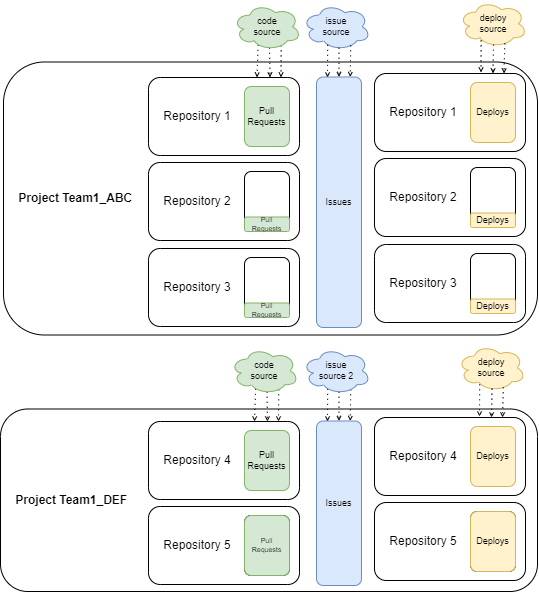
This is docs/_temp/projects_scaled.png from apache/incubator-devlake-website, a draw.io export, as it was before one commit. Source tidied: cells renumbered, new cells last; positions are measured from the earlier drawing's top-left corner, leaving out a move shared by most shapes. The source it was exported from:
```xml
<mxGraphModel>
  <root>
    <mxCell id="0" />
    <mxCell id="1" parent="0" />
    <mxCell id="2" value="&lt;b&gt;&amp;nbsp; &amp;nbsp; Project Team1_ABC&lt;/b&gt;" style="rounded=1;whiteSpace=wrap;html=1;align=left;" parent="1" vertex="1">
      <mxGeometry x="3" y="61.5" width="534" height="273" as="geometry" />
    </mxCell>
    <mxCell id="3" value="&amp;nbsp; &amp;nbsp; Repository 1" style="rounded=1;whiteSpace=wrap;html=1;align=left;" parent="1" vertex="1">
      <mxGeometry x="148" y="77" width="151" height="78" as="geometry" />
    </mxCell>
    <mxCell id="4" value="Pull&lt;br style=&quot;font-size: 9px;&quot;&gt;Requests" style="rounded=1;whiteSpace=wrap;html=1;fontSize=9;fillColor=#d5e8d4;strokeColor=#82b366;" parent="1" vertex="1">
      <mxGeometry x="244" y="86" width="45" height="60" as="geometry" />
    </mxCell>
    <mxCell id="5" value="&amp;nbsp; &amp;nbsp; Repository 2" style="rounded=1;whiteSpace=wrap;html=1;align=left;" parent="1" vertex="1">
      <mxGeometry x="148" y="162" width="151" height="78" as="geometry" />
    </mxCell>
    <mxCell id="6" value="&amp;nbsp; &amp;nbsp; Repository 3" style="rounded=1;whiteSpace=wrap;html=1;align=left;" parent="1" vertex="1">
      <mxGeometry x="148" y="248" width="151" height="78" as="geometry" />
    </mxCell>
    <mxCell id="7" style="rounded=1;whiteSpace=wrap;html=1;fontSize=9;" parent="1" vertex="1">
      <mxGeometry x="244" y="171" width="45" height="60" as="geometry" />
    </mxCell>
    <mxCell id="8" value="Pull&lt;br style=&quot;font-size: 7px;&quot;&gt;Requests" style="rounded=1;whiteSpace=wrap;html=1;fontSize=7;fillColor=#d5e8d4;strokeColor=#82b366;" parent="1" vertex="1">
      <mxGeometry x="244" y="216.5" width="45" height="14.5" as="geometry" />
    </mxCell>
    <mxCell id="9" style="rounded=1;whiteSpace=wrap;html=1;fontSize=9;" parent="1" vertex="1">
      <mxGeometry x="244" y="257" width="45" height="60" as="geometry" />
    </mxCell>
    <mxCell id="10" value="Pull&lt;br style=&quot;font-size: 7px;&quot;&gt;Requests" style="rounded=1;whiteSpace=wrap;html=1;fontSize=7;fillColor=#d5e8d4;strokeColor=#82b366;" parent="1" vertex="1">
      <mxGeometry x="244" y="302.5" width="45" height="14.5" as="geometry" />
    </mxCell>
    <mxCell id="11" value="Issues" style="rounded=1;whiteSpace=wrap;html=1;fontSize=9;fillColor=#dae8fc;strokeColor=#6c8ebf;" parent="1" vertex="1">
      <mxGeometry x="316" y="76.5" width="45" height="250.5" as="geometry" />
    </mxCell>
    <mxCell id="12" value="issue &lt;br style=&quot;font-size: 9px;&quot;&gt;source" style="ellipse;shape=cloud;whiteSpace=wrap;html=1;fillColor=#dae8fc;strokeColor=#6c8ebf;fontSize=9;" parent="1" vertex="1">
      <mxGeometry x="302" y="3" width="68" height="46.5" as="geometry" />
    </mxCell>
    <mxCell id="13" style="rounded=0;jettySize=auto;html=1;exitX=0.537;exitY=0.952;exitDx=0;exitDy=0;exitPerimeter=0;dashed=1;dashPattern=1 4;endArrow=open;endFill=0;strokeWidth=1;endSize=3;entryX=0.5;entryY=0;entryDx=0;entryDy=0;" parent="1" edge="1" source="12" target="11">
      <mxGeometry relative="1" as="geometry" />
    </mxCell>
    <mxCell id="14" style="rounded=0;jettySize=auto;html=1;exitX=0.709;exitY=0.9;exitDx=0;exitDy=0;exitPerimeter=0;dashed=1;dashPattern=1 4;endArrow=open;endFill=0;strokeWidth=1;endSize=3;entryX=0.75;entryY=0;entryDx=0;entryDy=0;" parent="1" edge="1" source="12" target="11">
      <mxGeometry relative="1" as="geometry" />
    </mxCell>
    <mxCell id="15" style="rounded=0;jettySize=auto;html=1;exitX=0.37;exitY=0.889;exitDx=0;exitDy=0;exitPerimeter=0;dashed=1;dashPattern=1 4;endArrow=open;endFill=0;strokeWidth=1;endSize=3;" parent="1" edge="1" source="12">
      <mxGeometry relative="1" as="geometry">
        <mxPoint x="327" y="77" as="targetPoint" />
      </mxGeometry>
    </mxCell>
    <mxCell id="16" value="&amp;nbsp; &amp;nbsp; Repository 1" style="rounded=1;whiteSpace=wrap;html=1;align=left;" parent="1" vertex="1">
      <mxGeometry x="374" y="73" width="151" height="78" as="geometry" />
    </mxCell>
    <mxCell id="17" value="&amp;nbsp; &amp;nbsp; Repository 2" style="rounded=1;whiteSpace=wrap;html=1;align=left;" parent="1" vertex="1">
      <mxGeometry x="374" y="158" width="151" height="78" as="geometry" />
    </mxCell>
    <mxCell id="18" value="&amp;nbsp; &amp;nbsp; Repository 3" style="rounded=1;whiteSpace=wrap;html=1;align=left;" parent="1" vertex="1">
      <mxGeometry x="374" y="244" width="151" height="78" as="geometry" />
    </mxCell>
    <mxCell id="19" value="Deploys" style="rounded=1;whiteSpace=wrap;html=1;fontSize=9;fillColor=#fff2cc;strokeColor=#d6b656;" parent="1" vertex="1">
      <mxGeometry x="470" y="82" width="45" height="60" as="geometry" />
    </mxCell>
    <mxCell id="20" style="rounded=1;whiteSpace=wrap;html=1;fontSize=9;" parent="1" vertex="1">
      <mxGeometry x="470" y="167" width="45" height="60" as="geometry" />
    </mxCell>
    <mxCell id="21" value="Deploys" style="rounded=1;whiteSpace=wrap;html=1;fontSize=9;fillColor=#fff2cc;strokeColor=#d6b656;" parent="1" vertex="1">
      <mxGeometry x="470" y="212.5" width="45" height="14.5" as="geometry" />
    </mxCell>
    <mxCell id="22" style="rounded=1;whiteSpace=wrap;html=1;fontSize=9;" parent="1" vertex="1">
      <mxGeometry x="470" y="253" width="45" height="60" as="geometry" />
    </mxCell>
    <mxCell id="23" value="Deploys" style="rounded=1;whiteSpace=wrap;html=1;fontSize=9;fillColor=#fff2cc;strokeColor=#d6b656;" parent="1" vertex="1">
      <mxGeometry x="470" y="298.5" width="45" height="14.5" as="geometry" />
    </mxCell>
    <mxCell id="24" value="&lt;b style=&quot;border-color: var(--border-color);&quot;&gt;&amp;nbsp; &amp;nbsp; Project Team1_DEF&lt;/b&gt;" style="rounded=1;whiteSpace=wrap;html=1;align=left;" parent="1" vertex="1">
      <mxGeometry y="408.5" width="537" height="182.5" as="geometry" />
    </mxCell>
    <mxCell id="25" value="&amp;nbsp; &amp;nbsp; Repository 4" style="rounded=1;whiteSpace=wrap;html=1;align=left;" parent="1" vertex="1">
      <mxGeometry x="148" y="421" width="151" height="78" as="geometry" />
    </mxCell>
    <mxCell id="26" value="Pull&lt;br style=&quot;font-size: 9px;&quot;&gt;Requests" style="rounded=1;whiteSpace=wrap;html=1;fontSize=9;fillColor=#d5e8d4;strokeColor=#82b366;" parent="1" vertex="1">
      <mxGeometry x="244" y="430" width="45" height="60" as="geometry" />
    </mxCell>
    <mxCell id="27" value="&amp;nbsp; &amp;nbsp; Repository 5" style="rounded=1;whiteSpace=wrap;html=1;align=left;" parent="1" vertex="1">
      <mxGeometry x="148" y="506" width="151" height="78" as="geometry" />
    </mxCell>
    <mxCell id="28" style="rounded=1;whiteSpace=wrap;html=1;fontSize=9;" parent="1" vertex="1">
      <mxGeometry x="244" y="515" width="45" height="60" as="geometry" />
    </mxCell>
    <mxCell id="29" value="Pull&lt;br style=&quot;font-size: 7px;&quot;&gt;Requests" style="rounded=1;whiteSpace=wrap;html=1;fontSize=7;fillColor=#d5e8d4;strokeColor=#82b366;" parent="1" vertex="1">
      <mxGeometry x="244" y="515" width="45" height="60" as="geometry" />
    </mxCell>
    <mxCell id="30" value="Issues" style="rounded=1;whiteSpace=wrap;html=1;fontSize=9;fillColor=#dae8fc;strokeColor=#6c8ebf;" parent="1" vertex="1">
      <mxGeometry x="316" y="420.5" width="45" height="164.5" as="geometry" />
    </mxCell>
    <mxCell id="31" style="rounded=0;jettySize=auto;html=1;exitX=0.537;exitY=0.952;exitDx=0;exitDy=0;exitPerimeter=0;dashed=1;dashPattern=1 4;endArrow=open;endFill=0;strokeWidth=1;endSize=3;entryX=0.5;entryY=0;entryDx=0;entryDy=0;" parent="1" edge="1" source="39" target="30">
      <mxGeometry relative="1" as="geometry" />
    </mxCell>
    <mxCell id="32" style="rounded=0;jettySize=auto;html=1;exitX=0.709;exitY=0.9;exitDx=0;exitDy=0;exitPerimeter=0;dashed=1;dashPattern=1 4;endArrow=open;endFill=0;strokeWidth=1;endSize=3;entryX=0.75;entryY=0;entryDx=0;entryDy=0;" parent="1" edge="1" source="39" target="30">
      <mxGeometry relative="1" as="geometry" />
    </mxCell>
    <mxCell id="33" style="rounded=0;jettySize=auto;html=1;exitX=0.37;exitY=0.889;exitDx=0;exitDy=0;exitPerimeter=0;dashed=1;dashPattern=1 4;endArrow=open;endFill=0;strokeWidth=1;endSize=3;" parent="1" edge="1" source="39">
      <mxGeometry relative="1" as="geometry">
        <mxPoint x="327" y="421" as="targetPoint" />
      </mxGeometry>
    </mxCell>
    <mxCell id="34" value="&amp;nbsp; &amp;nbsp; Repository 4" style="rounded=1;whiteSpace=wrap;html=1;align=left;" parent="1" vertex="1">
      <mxGeometry x="374" y="417" width="151" height="78" as="geometry" />
    </mxCell>
    <mxCell id="35" value="&amp;nbsp; &amp;nbsp; Repository 5" style="rounded=1;whiteSpace=wrap;html=1;align=left;" parent="1" vertex="1">
      <mxGeometry x="374" y="502" width="151" height="78" as="geometry" />
    </mxCell>
    <mxCell id="36" value="Deploys" style="rounded=1;whiteSpace=wrap;html=1;fontSize=9;fillColor=#fff2cc;strokeColor=#d6b656;" parent="1" vertex="1">
      <mxGeometry x="470" y="426" width="45" height="60" as="geometry" />
    </mxCell>
    <mxCell id="37" style="rounded=1;whiteSpace=wrap;html=1;fontSize=9;" parent="1" vertex="1">
      <mxGeometry x="470" y="511" width="45" height="60" as="geometry" />
    </mxCell>
    <mxCell id="38" value="Deploys" style="rounded=1;whiteSpace=wrap;html=1;fontSize=9;fillColor=#fff2cc;strokeColor=#d6b656;" parent="1" vertex="1">
      <mxGeometry x="470" y="511" width="45" height="60" as="geometry" />
    </mxCell>
    <mxCell id="39" value="issue &lt;br style=&quot;font-size: 9px;&quot;&gt;source 2" style="ellipse;shape=cloud;whiteSpace=wrap;html=1;fillColor=#dae8fc;strokeColor=#6c8ebf;fontSize=9;" parent="1" vertex="1">
      <mxGeometry x="302" y="347" width="68" height="46.5" as="geometry" />
    </mxCell>
    <mxCell id="40" style="rounded=0;jettySize=auto;html=1;exitX=0.537;exitY=0.952;exitDx=0;exitDy=0;exitPerimeter=0;dashed=1;dashPattern=1 4;endArrow=open;endFill=0;strokeWidth=1;endSize=3;entryX=0.5;entryY=0;entryDx=0;entryDy=0;" parent="1" edge="1" source="43">
      <mxGeometry relative="1" as="geometry">
        <mxPoint x="269.5" y="77" as="targetPoint" />
      </mxGeometry>
    </mxCell>
    <mxCell id="41" style="rounded=0;jettySize=auto;html=1;exitX=0.709;exitY=0.9;exitDx=0;exitDy=0;exitPerimeter=0;dashed=1;dashPattern=1 4;endArrow=open;endFill=0;strokeWidth=1;endSize=3;entryX=0.75;entryY=0;entryDx=0;entryDy=0;" parent="1" edge="1" source="43">
      <mxGeometry relative="1" as="geometry">
        <mxPoint x="280.5" y="77" as="targetPoint" />
      </mxGeometry>
    </mxCell>
    <mxCell id="42" style="rounded=0;jettySize=auto;html=1;exitX=0.37;exitY=0.889;exitDx=0;exitDy=0;exitPerimeter=0;dashed=1;dashPattern=1 4;endArrow=open;endFill=0;strokeWidth=1;endSize=3;entryX=0.233;entryY=0.012;entryDx=0;entryDy=0;entryPerimeter=0;" parent="1" edge="1" source="43">
      <mxGeometry relative="1" as="geometry">
        <mxPoint x="256.5" y="77" as="targetPoint" />
      </mxGeometry>
    </mxCell>
    <mxCell id="43" value="code&lt;br&gt;source" style="ellipse;shape=cloud;whiteSpace=wrap;html=1;fillColor=#d5e8d4;strokeColor=#82b366;fontSize=9;" parent="1" vertex="1">
      <mxGeometry x="232.5" y="3" width="68" height="46.5" as="geometry" />
    </mxCell>
    <mxCell id="44" style="rounded=0;jettySize=auto;html=1;exitX=0.537;exitY=0.952;exitDx=0;exitDy=0;exitPerimeter=0;dashed=1;dashPattern=1 4;endArrow=open;endFill=0;strokeWidth=1;endSize=3;entryX=0.5;entryY=0;entryDx=0;entryDy=0;" parent="1" edge="1" source="47">
      <mxGeometry relative="1" as="geometry">
        <mxPoint x="267" y="421" as="targetPoint" />
      </mxGeometry>
    </mxCell>
    <mxCell id="45" style="rounded=0;jettySize=auto;html=1;exitX=0.709;exitY=0.9;exitDx=0;exitDy=0;exitPerimeter=0;dashed=1;dashPattern=1 4;endArrow=open;endFill=0;strokeWidth=1;endSize=3;entryX=0.75;entryY=0;entryDx=0;entryDy=0;" parent="1" edge="1" source="47">
      <mxGeometry relative="1" as="geometry">
        <mxPoint x="278" y="421" as="targetPoint" />
      </mxGeometry>
    </mxCell>
    <mxCell id="46" style="rounded=0;jettySize=auto;html=1;exitX=0.37;exitY=0.889;exitDx=0;exitDy=0;exitPerimeter=0;dashed=1;dashPattern=1 4;endArrow=open;endFill=0;strokeWidth=1;endSize=3;entryX=0.233;entryY=0.012;entryDx=0;entryDy=0;entryPerimeter=0;" parent="1" edge="1" source="47">
      <mxGeometry relative="1" as="geometry">
        <mxPoint x="254" y="421" as="targetPoint" />
      </mxGeometry>
    </mxCell>
    <mxCell id="47" value="code&lt;br&gt;source" style="ellipse;shape=cloud;whiteSpace=wrap;html=1;fillColor=#d5e8d4;strokeColor=#82b366;fontSize=9;" parent="1" vertex="1">
      <mxGeometry x="230" y="347" width="68" height="46.5" as="geometry" />
    </mxCell>
    <mxCell id="48" value="deploy&lt;br style=&quot;font-size: 9px;&quot;&gt;source" style="ellipse;shape=cloud;whiteSpace=wrap;html=1;fillColor=#fff2cc;strokeColor=#d6b656;fontSize=9;" parent="1" vertex="1">
      <mxGeometry x="458.5" width="68" height="46.5" as="geometry" />
    </mxCell>
    <mxCell id="49" style="rounded=0;jettySize=auto;html=1;exitX=0.508;exitY=0.949;exitDx=0;exitDy=0;exitPerimeter=0;dashed=1;dashPattern=1 4;endArrow=open;endFill=0;strokeWidth=1;endSize=3;entryX=0.5;entryY=0;entryDx=0;entryDy=0;" parent="1" edge="1" source="48">
      <mxGeometry relative="1" as="geometry">
        <mxPoint x="492.5" y="73" as="targetPoint" />
      </mxGeometry>
    </mxCell>
    <mxCell id="50" style="rounded=0;jettySize=auto;html=1;exitX=0.674;exitY=0.92;exitDx=0;exitDy=0;exitPerimeter=0;dashed=1;dashPattern=1 4;endArrow=open;endFill=0;strokeWidth=1;endSize=3;entryX=0.75;entryY=0;entryDx=0;entryDy=0;" parent="1" edge="1" source="48">
      <mxGeometry relative="1" as="geometry">
        <mxPoint x="503.5" y="73" as="targetPoint" />
      </mxGeometry>
    </mxCell>
    <mxCell id="51" style="rounded=0;jettySize=auto;html=1;exitX=0.326;exitY=0.857;exitDx=0;exitDy=0;exitPerimeter=0;dashed=1;dashPattern=1 4;endArrow=open;endFill=0;strokeWidth=1;endSize=3;entryX=0.226;entryY=-0.009;entryDx=0;entryDy=0;entryPerimeter=0;" parent="1" edge="1" source="48">
      <mxGeometry relative="1" as="geometry">
        <mxPoint x="480.5" y="72" as="targetPoint" />
      </mxGeometry>
    </mxCell>
    <mxCell id="52" value="deploy&lt;br style=&quot;font-size: 9px;&quot;&gt;source" style="ellipse;shape=cloud;whiteSpace=wrap;html=1;fillColor=#fff2cc;strokeColor=#d6b656;fontSize=9;" parent="1" vertex="1">
      <mxGeometry x="457" y="344" width="68" height="46.5" as="geometry" />
    </mxCell>
    <mxCell id="53" style="rounded=0;jettySize=auto;html=1;exitX=0.508;exitY=0.949;exitDx=0;exitDy=0;exitPerimeter=0;dashed=1;dashPattern=1 4;endArrow=open;endFill=0;strokeWidth=1;endSize=3;entryX=0.5;entryY=0;entryDx=0;entryDy=0;" parent="1" edge="1" source="52">
      <mxGeometry relative="1" as="geometry">
        <mxPoint x="491" y="417" as="targetPoint" />
      </mxGeometry>
    </mxCell>
    <mxCell id="54" style="rounded=0;jettySize=auto;html=1;exitX=0.674;exitY=0.92;exitDx=0;exitDy=0;exitPerimeter=0;dashed=1;dashPattern=1 4;endArrow=open;endFill=0;strokeWidth=1;endSize=3;entryX=0.75;entryY=0;entryDx=0;entryDy=0;" parent="1" edge="1" source="52">
      <mxGeometry relative="1" as="geometry">
        <mxPoint x="502" y="417" as="targetPoint" />
      </mxGeometry>
    </mxCell>
    <mxCell id="55" style="rounded=0;jettySize=auto;html=1;exitX=0.326;exitY=0.857;exitDx=0;exitDy=0;exitPerimeter=0;dashed=1;dashPattern=1 4;endArrow=open;endFill=0;strokeWidth=1;endSize=3;entryX=0.226;entryY=-0.009;entryDx=0;entryDy=0;entryPerimeter=0;" parent="1" edge="1" source="52">
      <mxGeometry relative="1" as="geometry">
        <mxPoint x="479" y="416" as="targetPoint" />
      </mxGeometry>
    </mxCell>
  </root>
</mxGraphModel>
```
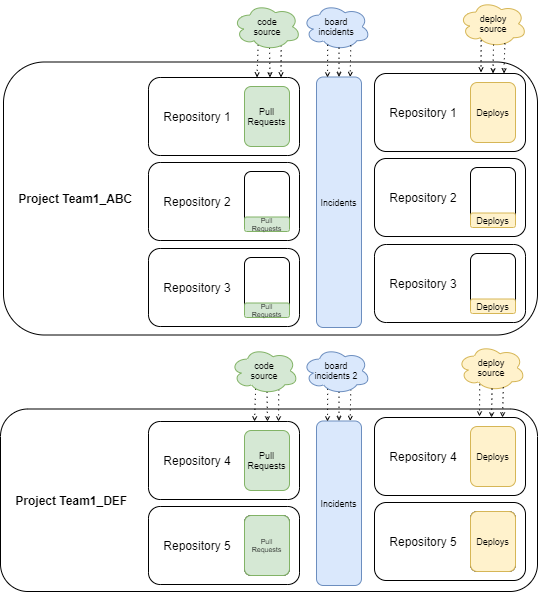
After the commit.

Commit message:
Co-authored-by: Startrekzky <kaiyun.zhang@merico.dev> docs: consistent naming for incidents

Change to the diagram source:
```diff
@@ -29,10 +29,10 @@
     <mxCell id="10" value="Pull&lt;br style=&quot;font-size: 7px;&quot;&gt;Requests" style="rounded=1;whiteSpace=wrap;html=1;fontSize=7;fillColor=#d5e8d4;strokeColor=#82b366;" parent="1" vertex="1">
       <mxGeometry x="244" y="302.5" width="45" height="14.5" as="geometry" />
     </mxCell>
-    <mxCell id="11" value="Issues" style="rounded=1;whiteSpace=wrap;html=1;fontSize=9;fillColor=#dae8fc;strokeColor=#6c8ebf;" parent="1" vertex="1">
+    <mxCell id="11" value="Incidents" style="rounded=1;whiteSpace=wrap;html=1;fontSize=9;fillColor=#dae8fc;strokeColor=#6c8ebf;" parent="1" vertex="1">
       <mxGeometry x="316" y="76.5" width="45" height="250.5" as="geometry" />
     </mxCell>
-    <mxCell id="12" value="issue &lt;br style=&quot;font-size: 9px;&quot;&gt;source" style="ellipse;shape=cloud;whiteSpace=wrap;html=1;fillColor=#dae8fc;strokeColor=#6c8ebf;fontSize=9;" parent="1" vertex="1">
+    <mxCell id="12" value="board&lt;br&gt;incidents" style="ellipse;shape=cloud;whiteSpace=wrap;html=1;fillColor=#dae8fc;strokeColor=#6c8ebf;fontSize=9;" parent="1" vertex="1">
       <mxGeometry x="302" y="3" width="68" height="46.5" as="geometry" />
     </mxCell>
     <mxCell id="13" style="rounded=0;jettySize=auto;html=1;exitX=0.537;exitY=0.952;exitDx=0;exitDy=0;exitPerimeter=0;dashed=1;dashPattern=1 4;endArrow=open;endFill=0;strokeWidth=1;endSize=3;entryX=0.5;entryY=0;entryDx=0;entryDy=0;" parent="1" edge="1" source="12" target="11">
@@ -88,7 +88,7 @@
     <mxCell id="29" value="Pull&lt;br style=&quot;font-size: 7px;&quot;&gt;Requests" style="rounded=1;whiteSpace=wrap;html=1;fontSize=7;fillColor=#d5e8d4;strokeColor=#82b366;" parent="1" vertex="1">
       <mxGeometry x="244" y="515" width="45" height="60" as="geometry" />
     </mxCell>
-    <mxCell id="30" value="Issues" style="rounded=1;whiteSpace=wrap;html=1;fontSize=9;fillColor=#dae8fc;strokeColor=#6c8ebf;" parent="1" vertex="1">
+    <mxCell id="30" value="Incidents" style="rounded=1;whiteSpace=wrap;html=1;fontSize=9;fillColor=#dae8fc;strokeColor=#6c8ebf;" parent="1" vertex="1">
       <mxGeometry x="316" y="420.5" width="45" height="164.5" as="geometry" />
     </mxCell>
     <mxCell id="31" style="rounded=0;jettySize=auto;html=1;exitX=0.537;exitY=0.952;exitDx=0;exitDy=0;exitPerimeter=0;dashed=1;dashPattern=1 4;endArrow=open;endFill=0;strokeWidth=1;endSize=3;entryX=0.5;entryY=0;entryDx=0;entryDy=0;" parent="1" edge="1" source="39" target="30">
@@ -117,7 +117,7 @@
     <mxCell id="38" value="Deploys" style="rounded=1;whiteSpace=wrap;html=1;fontSize=9;fillColor=#fff2cc;strokeColor=#d6b656;" parent="1" vertex="1">
       <mxGeometry x="470" y="511" width="45" height="60" as="geometry" />
     </mxCell>
-    <mxCell id="39" value="issue &lt;br style=&quot;font-size: 9px;&quot;&gt;source 2" style="ellipse;shape=cloud;whiteSpace=wrap;html=1;fillColor=#dae8fc;strokeColor=#6c8ebf;fontSize=9;" parent="1" vertex="1">
+    <mxCell id="39" value="board&lt;br&gt;incidents 2" style="ellipse;shape=cloud;whiteSpace=wrap;html=1;fillColor=#dae8fc;strokeColor=#6c8ebf;fontSize=9;" parent="1" vertex="1">
       <mxGeometry x="302" y="347" width="68" height="46.5" as="geometry" />
     </mxCell>
     <mxCell id="40" style="rounded=0;jettySize=auto;html=1;exitX=0.537;exitY=0.952;exitDx=0;exitDy=0;exitPerimeter=0;dashed=1;dashPattern=1 4;endArrow=open;endFill=0;strokeWidth=1;endSize=3;entryX=0.5;entryY=0;entryDx=0;entryDy=0;" parent="1" edge="1" source="43">
```
